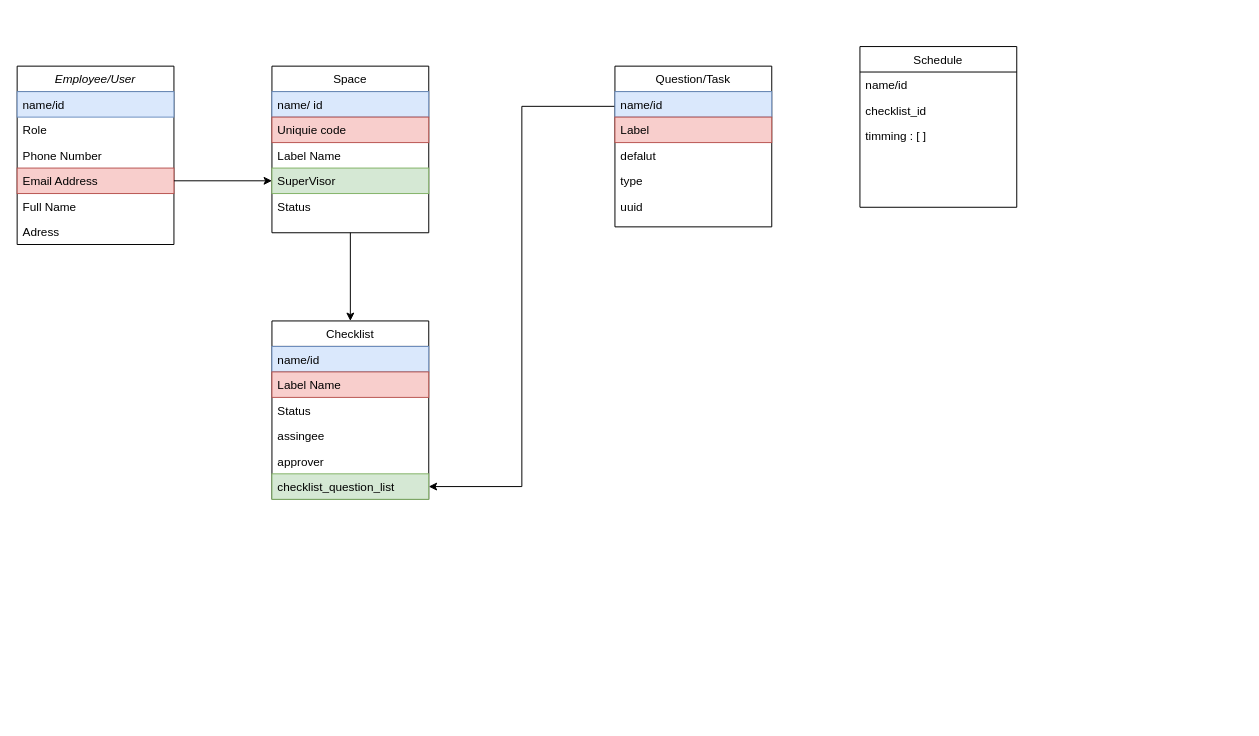
The draw.io diagram Untitled Diagram.drawio in aixart12/weatherapp, before the edit. Source tidied: cells renumbered, new cells numbered last; positions are measured from the earlier drawing's top-left corner, leaving out a move shared by most shapes. Both pictures are drawn from the tidied source at 98%, with x=0, y=0 at pixel (17, 46).
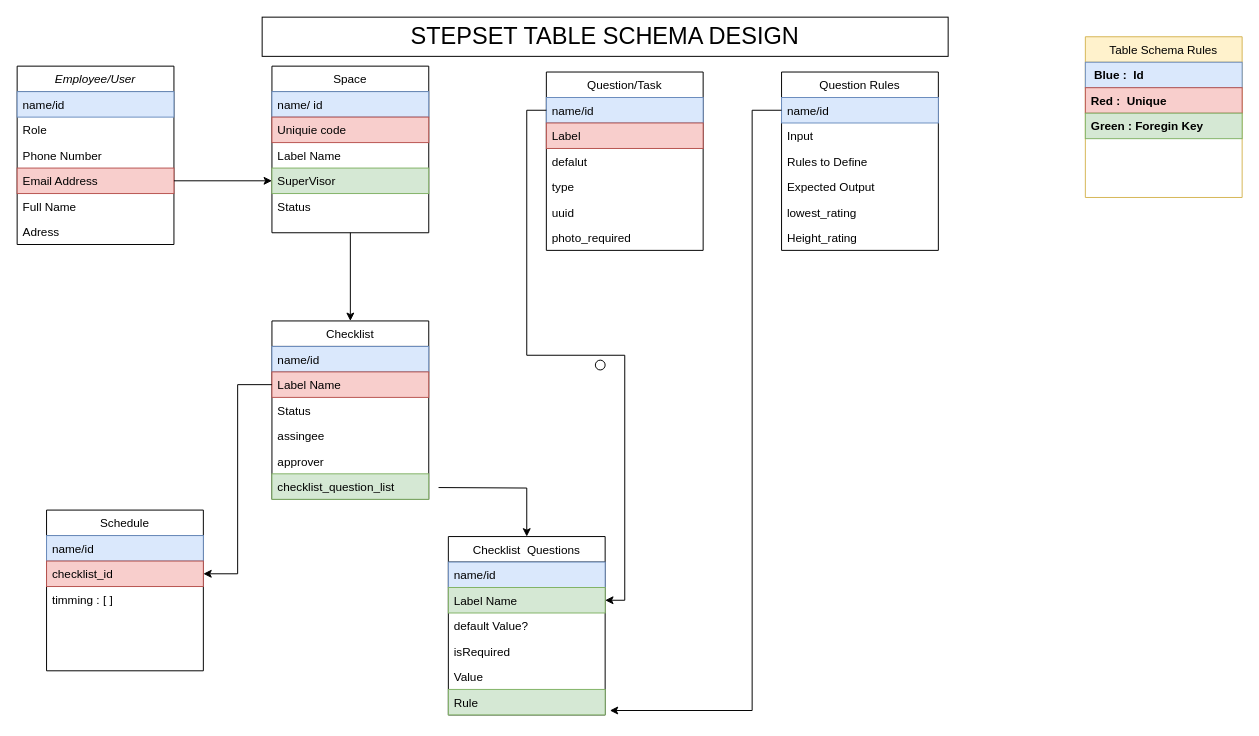
The same page after the edit.

The change refers to these unchanged cells:
```xml
<mxCell id="11" value="Label Name" style="text;align=left;verticalAlign=top;spacingLeft=4;spacingRight=4;overflow=hidden;points=[[0,0.5],[1,0.5]];portConstraint=eastwest;rounded=0;shadow=0;html=0;fillColor=#f8cecc;strokeColor=#b85450;" parent="9" vertex="1">
  <mxGeometry y="52" width="160" height="26" as="geometry" />
</mxCell>
<mxCell id="15" value="checklist_question_list" style="text;align=left;verticalAlign=top;spacingLeft=4;spacingRight=4;overflow=hidden;points=[[0,0.5],[1,0.5]];portConstraint=eastwest;fillColor=#d5e8d4;strokeColor=#82b366;" parent="9" vertex="1">
  <mxGeometry y="156" width="160" height="26" as="geometry" />
</mxCell>
<mxCell id="18" value="name/id" style="text;align=left;verticalAlign=top;spacingLeft=4;spacingRight=4;overflow=hidden;points=[[0,0.5],[1,0.5]];portConstraint=eastwest;fillColor=#dae8fc;strokeColor=#6c8ebf;" parent="17" vertex="1">
  <mxGeometry y="26" width="160" height="26" as="geometry" />
</mxCell>
```

The edit, as a diff of the source:
```diff
@@
+    <mxCell id="35" style="edgeStyle=orthogonalEdgeStyle;rounded=0;jettySize=auto;html=1;" parent="1" edge="1" target="43">
+      <mxGeometry relative="1" as="geometry">
+        <mxPoint x="430" y="450" as="sourcePoint" />
+      </mxGeometry>
+    </mxCell>
@@
-    <mxCell id="16" style="edgeStyle=orthogonalEdgeStyle;rounded=0;jettySize=auto;html=1;exitX=0;exitY=0.25;exitDx=0;exitDy=0;" parent="1" edge="1" source="17" target="15">
-      <mxGeometry relative="1" as="geometry" />
-    </mxCell>
     <mxCell id="17" value="Question/Task" style="swimlane;fontStyle=0;align=center;verticalAlign=top;horizontal=1;startSize=26;rounded=0;shadow=0;strokeWidth=1;" parent="1" vertex="1">
-      <mxGeometry x="610" y="20" width="160" height="164" as="geometry" />
+      <mxGeometry x="540" y="26" width="160" height="182" as="geometry" />
     </mxCell>
@@
+    <mxCell id="36" value="photo_required" style="text;align=left;verticalAlign=top;spacingLeft=4;spacingRight=4;overflow=hidden;" parent="17" vertex="1">
+      <mxGeometry y="156" width="160" height="26" as="geometry" />
+    </mxCell>
@@
     <mxCell id="30" value="Schedule" style="swimlane;fontStyle=0;align=center;verticalAlign=top;horizontal=1;startSize=26;rounded=0;shadow=0;strokeWidth=1;" parent="1" vertex="1">
-      <mxGeometry x="860" width="160" height="164" as="geometry" />
+      <mxGeometry x="30" y="473" width="160" height="164" as="geometry" />
     </mxCell>
-    <mxCell id="31" value="name/id" style="text;align=left;verticalAlign=top;spacingLeft=4;spacingRight=4;overflow=hidden;" parent="30" vertex="1">
+    <mxCell id="31" value="name/id" style="text;align=left;verticalAlign=top;spacingLeft=4;spacingRight=4;overflow=hidden;fillColor=#dae8fc;strokeColor=#6c8ebf;" parent="30" vertex="1">
       <mxGeometry y="26" width="160" height="26" as="geometry" />
     </mxCell>
-    <mxCell id="32" value="checklist_id" style="text;align=left;verticalAlign=top;spacingLeft=4;spacingRight=4;overflow=hidden;points=[[0,0.5],[1,0.5]];portConstraint=eastwest;" parent="30" vertex="1">
+    <mxCell id="32" value="checklist_id" style="text;align=left;verticalAlign=top;spacingLeft=4;spacingRight=4;overflow=hidden;points=[[0,0.5],[1,0.5]];portConstraint=eastwest;fillColor=#f8cecc;strokeColor=#b85450;" parent="30" vertex="1">
       <mxGeometry y="52" width="160" height="26" as="geometry" />
     </mxCell>
@@
+    <mxCell id="37" value="Table Schema Rules" style="swimlane;fontStyle=0;align=center;verticalAlign=top;horizontal=1;startSize=26;rounded=0;shadow=0;strokeWidth=1;fillColor=#fff2cc;strokeColor=#d6b656;" parent="1" vertex="1">
+      <mxGeometry x="1090" y="-10" width="160" height="164" as="geometry" />
+    </mxCell>
+    <mxCell id="38" value=" Blue :  Id" style="text;align=left;verticalAlign=top;spacingLeft=4;spacingRight=4;overflow=hidden;fontStyle=1;fillColor=#dae8fc;strokeColor=#6c8ebf;" parent="37" vertex="1">
+      <mxGeometry y="26" width="160" height="26" as="geometry" />
+    </mxCell>
+    <mxCell id="39" value="Red :  Unique" style="text;align=left;verticalAlign=top;spacingLeft=4;spacingRight=4;overflow=hidden;fontStyle=1;fillColor=#f8cecc;strokeColor=#b85450;" parent="37" vertex="1">
+      <mxGeometry y="52" width="160" height="26" as="geometry" />
+    </mxCell>
+    <mxCell id="40" value="Green : Foregin Key" style="text;align=left;verticalAlign=top;spacingLeft=4;spacingRight=4;overflow=hidden;fontStyle=1;fillColor=#d5e8d4;strokeColor=#82b366;" parent="37" vertex="1">
+      <mxGeometry y="78" width="160" height="26" as="geometry" />
+    </mxCell>
+    <mxCell id="41" style="ellipse;whiteSpace=wrap;html=1;" parent="1" vertex="1">
+      <mxGeometry x="590" y="320" width="10" height="10" as="geometry" />
+    </mxCell>
+    <mxCell id="42" style="edgeStyle=orthogonalEdgeStyle;rounded=0;jettySize=auto;html=1;" parent="1" edge="1" source="11" target="32">
+      <mxGeometry relative="1" as="geometry" />
+    </mxCell>
+    <mxCell id="43" value="Checklist  Questions" style="swimlane;fontStyle=0;align=center;verticalAlign=top;horizontal=1;startSize=26;rounded=0;shadow=0;strokeWidth=1;" parent="1" vertex="1">
+      <mxGeometry x="440" y="500" width="160" height="182" as="geometry" />
+    </mxCell>
+    <mxCell id="44" value="name/id" style="text;align=left;verticalAlign=top;spacingLeft=4;spacingRight=4;overflow=hidden;fillColor=#dae8fc;strokeColor=#6c8ebf;" parent="43" vertex="1">
+      <mxGeometry y="26" width="160" height="26" as="geometry" />
+    </mxCell>
+    <mxCell id="45" value="Label Name" style="text;align=left;verticalAlign=top;spacingLeft=4;spacingRight=4;overflow=hidden;points=[[0,0.5],[1,0.5]];portConstraint=eastwest;rounded=0;shadow=0;html=0;fillColor=#d5e8d4;strokeColor=#82b366;" parent="43" vertex="1">
+      <mxGeometry y="52" width="160" height="26" as="geometry" />
+    </mxCell>
+    <mxCell id="46" value="default Value?" style="text;align=left;verticalAlign=top;spacingLeft=4;spacingRight=4;overflow=hidden;" parent="43" vertex="1">
+      <mxGeometry y="78" width="160" height="26" as="geometry" />
+    </mxCell>
+    <mxCell id="47" value="isRequired" style="text;align=left;verticalAlign=top;spacingLeft=4;spacingRight=4;overflow=hidden;" parent="43" vertex="1">
+      <mxGeometry y="104" width="160" height="26" as="geometry" />
+    </mxCell>
+    <mxCell id="48" value="Value" style="text;align=left;verticalAlign=top;spacingLeft=4;spacingRight=4;overflow=hidden;" parent="43" vertex="1">
+      <mxGeometry y="130" width="160" height="26" as="geometry" />
+    </mxCell>
+    <mxCell id="49" value="Rule" style="text;align=left;verticalAlign=top;spacingLeft=4;spacingRight=4;overflow=hidden;points=[[0,0.5],[1,0.5]];portConstraint=eastwest;fillColor=#d5e8d4;strokeColor=#82b366;" parent="43" vertex="1">
+      <mxGeometry y="156" width="160" height="26" as="geometry" />
+    </mxCell>
+    <mxCell id="50" style="edgeStyle=orthogonalEdgeStyle;rounded=0;jettySize=auto;html=1;entryX=1;entryY=0.5;entryDx=0;entryDy=0;" parent="1" edge="1" source="18" target="45">
+      <mxGeometry relative="1" as="geometry" />
+    </mxCell>
+    <mxCell id="51" value="Question Rules" style="swimlane;fontStyle=0;align=center;verticalAlign=top;horizontal=1;startSize=26;rounded=0;shadow=0;strokeWidth=1;" parent="1" vertex="1">
+      <mxGeometry x="780" y="26" width="160" height="182" as="geometry" />
+    </mxCell>
+    <mxCell id="52" value="name/id" style="text;align=left;verticalAlign=top;spacingLeft=4;spacingRight=4;overflow=hidden;points=[[0,0.5],[1,0.5]];portConstraint=eastwest;fillColor=#dae8fc;strokeColor=#6c8ebf;" parent="51" vertex="1">
+      <mxGeometry y="26" width="160" height="26" as="geometry" />
+    </mxCell>
+    <mxCell id="53" value="Input " style="text;align=left;verticalAlign=top;spacingLeft=4;spacingRight=4;overflow=hidden;" parent="51" vertex="1">
+      <mxGeometry y="52" width="160" height="26" as="geometry" />
+    </mxCell>
+    <mxCell id="54" value="Rules to Define" style="text;align=left;verticalAlign=top;spacingLeft=4;spacingRight=4;overflow=hidden;" parent="51" vertex="1">
+      <mxGeometry y="78" width="160" height="26" as="geometry" />
+    </mxCell>
+    <mxCell id="55" value="Expected Output" style="text;align=left;verticalAlign=top;spacingLeft=4;spacingRight=4;overflow=hidden;" parent="51" vertex="1">
+      <mxGeometry y="104" width="160" height="26" as="geometry" />
+    </mxCell>
+    <mxCell id="56" value="lowest_rating" style="text;align=left;verticalAlign=top;spacingLeft=4;spacingRight=4;overflow=hidden;" parent="51" vertex="1">
+      <mxGeometry y="130" width="160" height="26" as="geometry" />
+    </mxCell>
+    <mxCell id="57" value="Height_rating" style="text;align=left;verticalAlign=top;spacingLeft=4;spacingRight=4;overflow=hidden;" parent="51" vertex="1">
+      <mxGeometry y="156" width="160" height="26" as="geometry" />
+    </mxCell>
+    <mxCell id="58" style="edgeStyle=orthogonalEdgeStyle;rounded=0;jettySize=auto;html=1;entryX=1.03;entryY=0.827;entryDx=0;entryDy=0;entryPerimeter=0;" parent="1" edge="1" source="52" target="49">
+      <mxGeometry relative="1" as="geometry">
+        <Array as="points">
+          <mxPoint x="750" y="65" />
+          <mxPoint x="750" y="678" />
+        </Array>
+      </mxGeometry>
+    </mxCell>
+    <mxCell id="59" value="&lt;font style=&quot;font-size: 24px;&quot;&gt;STEPSET TABLE SCHEMA DESIGN&lt;/font&gt;" style="whiteSpace=wrap;html=1;" parent="1" vertex="1">
+      <mxGeometry x="250" y="-30" width="700" height="40" as="geometry" />
+    </mxCell>
```
